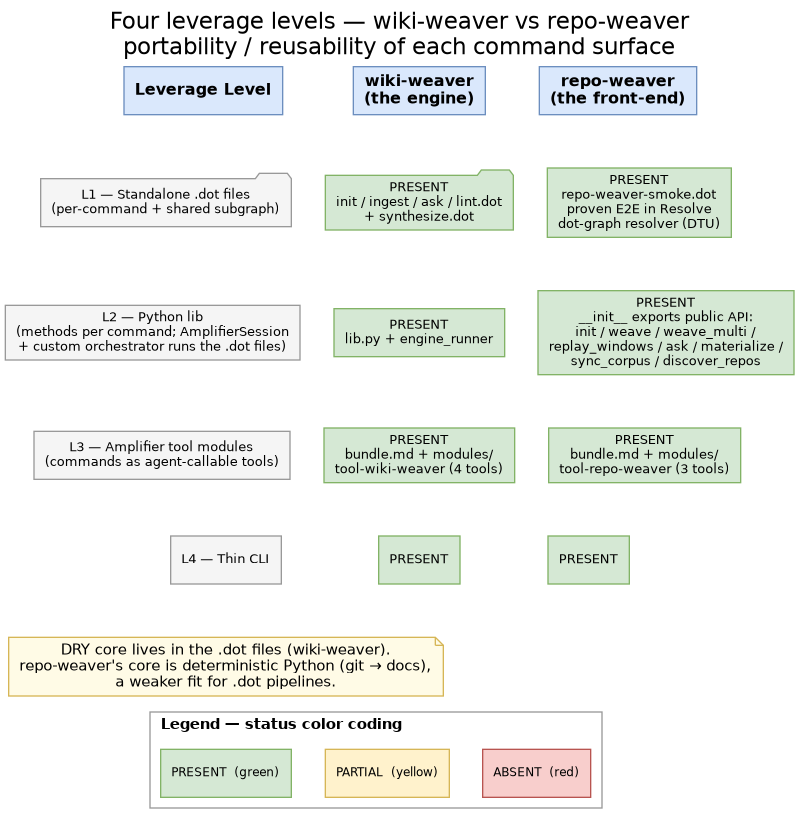
Before: docs/leverage-levels.png, a diagram exported from Graphviz (microsoft/amplifier-app-repo-weaver). Its source is kept beside it as docs/leverage-levels.dot.
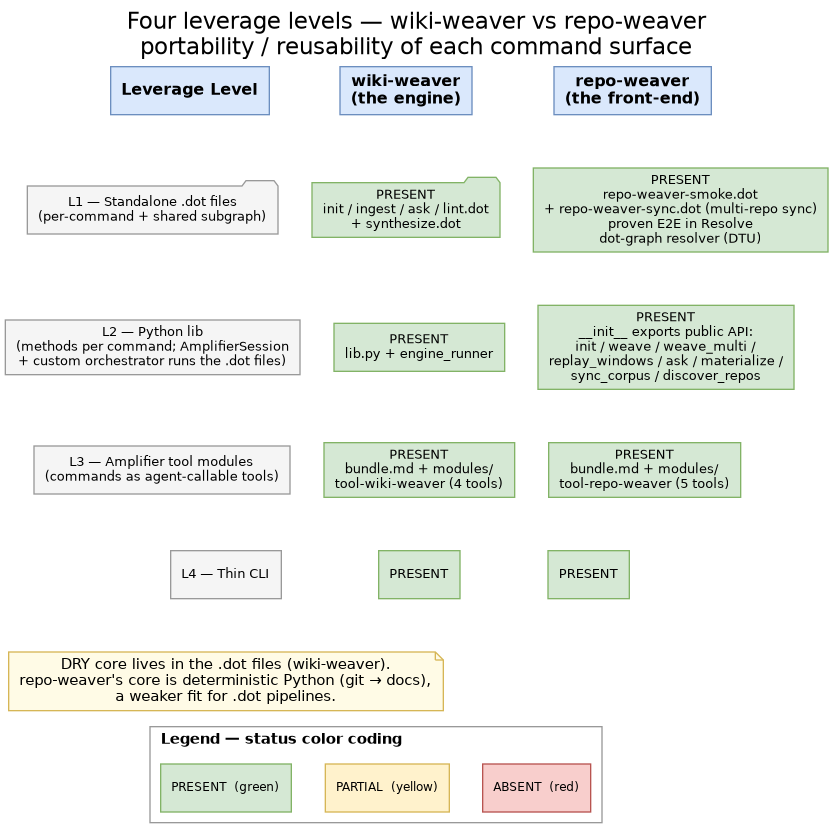
Later version of the same file.

Commit message:
docs: reflect sync/discover leverage-level parity in leverage-levels diagram (#9)

What changed in the source:
```diff
@@ -15,7 +15,7 @@
 
   l1_desc [label="L1 — Standalone .dot files\n(per-command + shared subgraph)", shape=folder, fillcolor="#f5f5f5", color="#999999"];
   l1_ww   [label="PRESENT\ninit / ingest / ask / lint.dot\n+ synthesize.dot", shape=folder, fillcolor="#d5e8d4", color="#82b366"];
-  l1_rw   [label="PRESENT\nrepo-weaver-smoke.dot\nproven E2E in Resolve\ndot-graph resolver (DTU)", fillcolor="#d5e8d4", color="#82b366"];
+  l1_rw   [label="PRESENT\nrepo-weaver-smoke.dot\n+ repo-weaver-sync.dot (multi-repo sync)\nproven E2E in Resolve\ndot-graph resolver (DTU)", fillcolor="#d5e8d4", color="#82b366"];
 
   l2_desc [label="L2 — Python lib\n(methods per command; AmplifierSession\n+ custom orchestrator runs the .dot files)", fillcolor="#f5f5f5", color="#999999"];
   l2_ww   [label="PRESENT\nlib.py + engine_runner", fillcolor="#d5e8d4", color="#82b366"];
@@ -23,7 +23,7 @@
 
   l3_desc [label="L3 — Amplifier tool modules\n(commands as agent-callable tools)", fillcolor="#f5f5f5", color="#999999"];
   l3_ww   [label="PRESENT\nbundle.md + modules/\ntool-wiki-weaver (4 tools)", fillcolor="#d5e8d4", color="#82b366"];
-  l3_rw   [label="PRESENT\nbundle.md + modules/\ntool-repo-weaver (3 tools)", fillcolor="#d5e8d4", color="#82b366"];
+  l3_rw   [label="PRESENT\nbundle.md + modules/\ntool-repo-weaver (5 tools)", fillcolor="#d5e8d4", color="#82b366"];
 
   l4_desc [label="L4 — Thin CLI", fillcolor="#f5f5f5", color="#999999"];
   l4_ww   [label="PRESENT", fillcolor="#d5e8d4", color="#82b366"];
```
